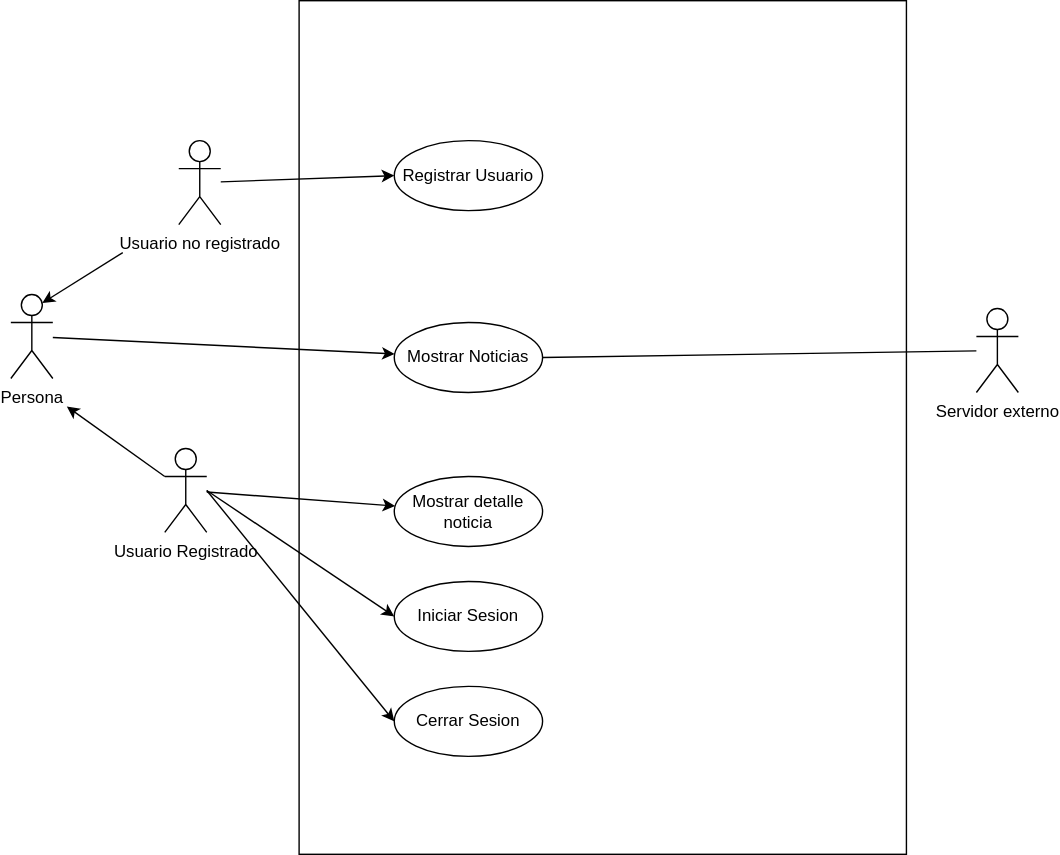
The draw.io diagram PrimeraFecha2022.drawio.svg in juansirai/ING1, before a commit. Source tidied: cells renumbered, new cells last; positions are measured from the earlier drawing's top-left corner, leaving out a move shared by most shapes. Its diagram source:
```xml
<mxGraphModel>
  <root>
    <mxCell id="0" />
    <mxCell id="1" parent="0" />
    <mxCell id="2" style="rounded=0;whiteSpace=wrap;html=1;" parent="1" vertex="1">
      <mxGeometry x="206" width="434" height="610" as="geometry" />
    </mxCell>
    <mxCell id="3" value="Mostrar Noticias" style="ellipse;whiteSpace=wrap;html=1;" parent="1" vertex="1">
      <mxGeometry x="274" y="230" width="106" height="50" as="geometry" />
    </mxCell>
    <mxCell id="4" value="Persona" style="shape=umlActor;verticalLabelPosition=bottom;verticalAlign=top;html=1;outlineConnect=0;" parent="1" vertex="1">
      <mxGeometry y="210" width="30" height="60" as="geometry" />
    </mxCell>
    <mxCell id="5" value="Usuario Registrado" style="shape=umlActor;verticalLabelPosition=bottom;verticalAlign=top;html=1;outlineConnect=0;" parent="1" vertex="1">
      <mxGeometry x="110" y="320" width="30" height="60" as="geometry" />
    </mxCell>
    <mxCell id="6" value="Usuario no registrado" style="shape=umlActor;verticalLabelPosition=bottom;verticalAlign=top;html=1;outlineConnect=0;" parent="1" vertex="1">
      <mxGeometry x="120" y="100" width="30" height="60" as="geometry" />
    </mxCell>
    <mxCell id="7" value="Mostrar detalle noticia" style="ellipse;whiteSpace=wrap;html=1;" parent="1" vertex="1">
      <mxGeometry x="274" y="340" width="106" height="50" as="geometry" />
    </mxCell>
    <mxCell id="8" style="endArrow=classic;html=1;rounded=0;" parent="1" edge="1" source="5" target="7">
      <mxGeometry relative="1" as="geometry" />
    </mxCell>
    <mxCell id="9" style="endArrow=classic;html=1;rounded=0;" parent="1" edge="1" source="4" target="3">
      <mxGeometry relative="1" as="geometry" />
    </mxCell>
    <mxCell id="10" style="endArrow=classic;html=1;rounded=0;exitX=0;exitY=0.3333333333333333;exitDx=0;exitDy=0;exitPerimeter=0;" parent="1" edge="1" source="5">
      <mxGeometry relative="1" as="geometry">
        <mxPoint x="40" y="290" as="targetPoint" />
      </mxGeometry>
    </mxCell>
    <mxCell id="11" style="endArrow=classic;html=1;rounded=0;entryX=0.75;entryY=0.1;entryDx=0;entryDy=0;entryPerimeter=0;" parent="1" edge="1" target="4">
      <mxGeometry relative="1" as="geometry">
        <mxPoint x="80" y="180" as="sourcePoint" />
      </mxGeometry>
    </mxCell>
    <mxCell id="12" value="Registrar Usuario" style="ellipse;whiteSpace=wrap;html=1;" parent="1" vertex="1">
      <mxGeometry x="274" y="100" width="106" height="50" as="geometry" />
    </mxCell>
    <mxCell id="13" value="Iniciar Sesion" style="ellipse;whiteSpace=wrap;html=1;" parent="1" vertex="1">
      <mxGeometry x="274" y="415" width="106" height="50" as="geometry" />
    </mxCell>
    <mxCell id="14" value="Cerrar Sesion" style="ellipse;whiteSpace=wrap;html=1;" parent="1" vertex="1">
      <mxGeometry x="274" y="490" width="106" height="50" as="geometry" />
    </mxCell>
    <mxCell id="15" style="endArrow=classic;html=1;rounded=0;entryX=0;entryY=0.5;entryDx=0;entryDy=0;" parent="1" edge="1" target="13">
      <mxGeometry relative="1" as="geometry">
        <mxPoint x="140" y="350" as="sourcePoint" />
      </mxGeometry>
    </mxCell>
    <mxCell id="16" style="endArrow=classic;html=1;rounded=0;entryX=0;entryY=0.5;entryDx=0;entryDy=0;" parent="1" edge="1" target="14">
      <mxGeometry relative="1" as="geometry">
        <mxPoint x="140" y="350" as="sourcePoint" />
      </mxGeometry>
    </mxCell>
    <mxCell id="17" style="endArrow=classic;html=1;rounded=0;entryX=0;entryY=0.5;entryDx=0;entryDy=0;" parent="1" edge="1" source="6" target="12">
      <mxGeometry relative="1" as="geometry" />
    </mxCell>
    <mxCell id="18" value="Servidor externo" style="shape=umlActor;verticalLabelPosition=bottom;verticalAlign=top;html=1;outlineConnect=0;" parent="1" vertex="1">
      <mxGeometry x="690" y="220" width="30" height="60" as="geometry" />
    </mxCell>
    <mxCell id="19" style="endArrow=none;html=1;rounded=0;exitX=1;exitY=0.5;exitDx=0;exitDy=0;" parent="1" edge="1" source="3" target="18">
      <mxGeometry relative="1" as="geometry" />
    </mxCell>
  </root>
</mxGraphModel>
```
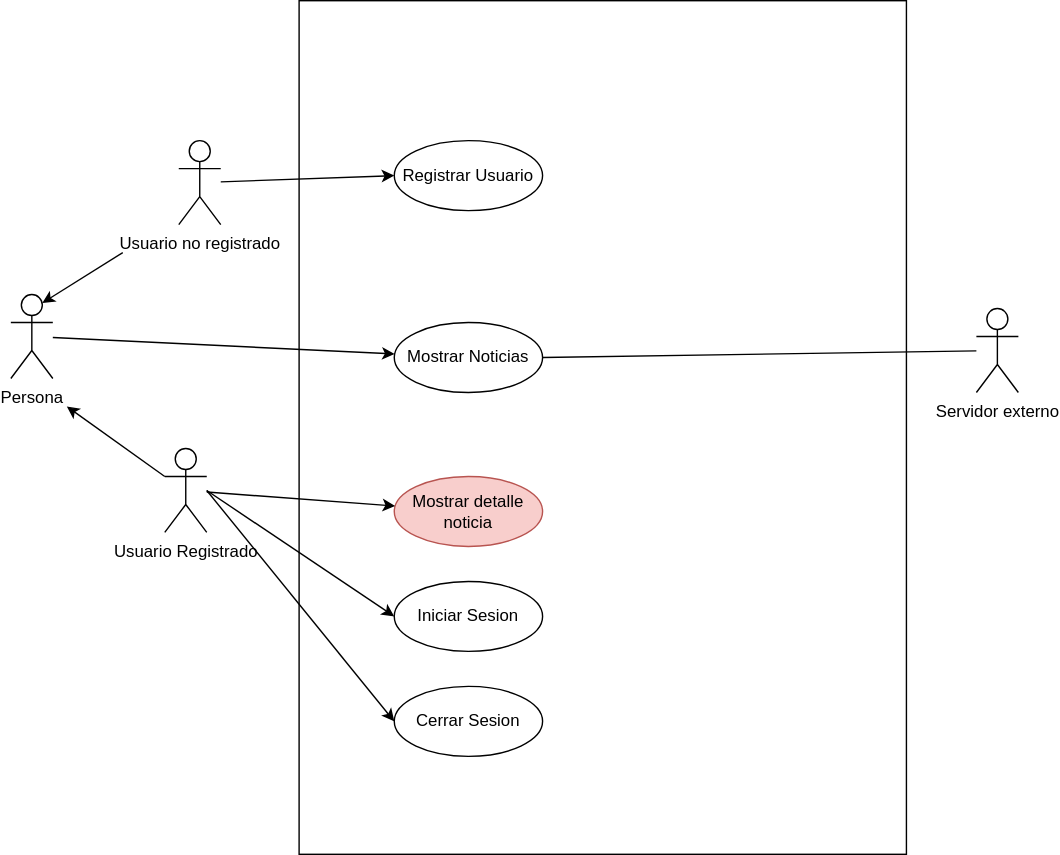
The same file after the commit.

The edit, as a diff of the source:
```diff
@@ -17,7 +17,7 @@
     <mxCell id="6" value="Usuario no registrado" style="shape=umlActor;verticalLabelPosition=bottom;verticalAlign=top;html=1;outlineConnect=0;" parent="1" vertex="1">
       <mxGeometry x="120" y="100" width="30" height="60" as="geometry" />
     </mxCell>
-    <mxCell id="7" value="Mostrar detalle noticia" style="ellipse;whiteSpace=wrap;html=1;" parent="1" vertex="1">
+    <mxCell id="7" value="Mostrar detalle noticia" style="ellipse;whiteSpace=wrap;html=1;fillColor=#f8cecc;strokeColor=#b85450;" parent="1" vertex="1">
       <mxGeometry x="274" y="340" width="106" height="50" as="geometry" />
     </mxCell>
     <mxCell id="8" style="endArrow=classic;html=1;rounded=0;" parent="1" edge="1" source="5" target="7">
```
